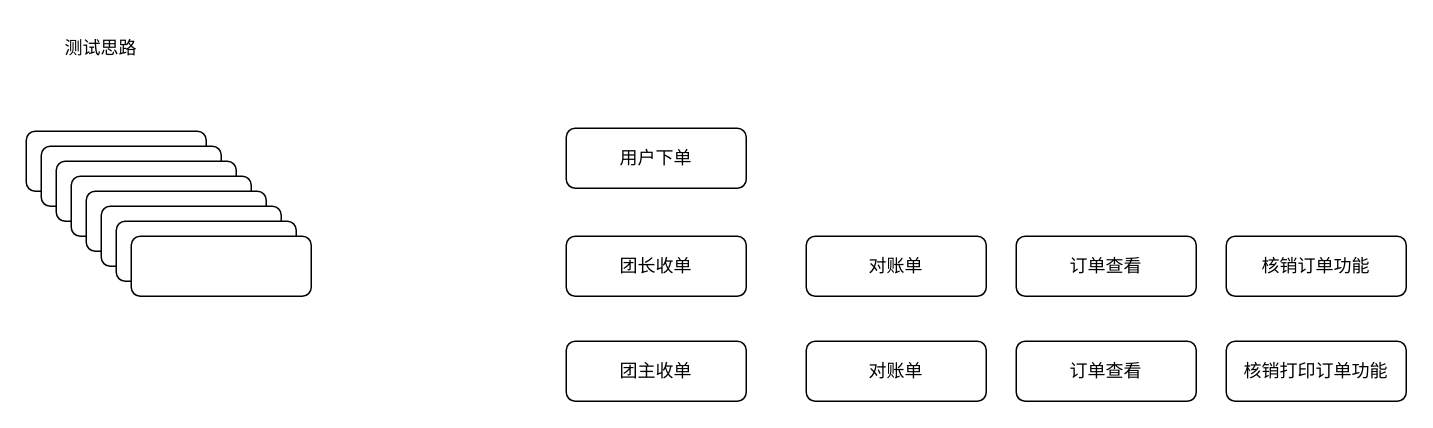
The draw.io diagram draft.drawio in xyfll7/xyfll7, before the edit. Source tidied: cells renumbered, new cells numbered last; positions are measured from the earlier drawing's top-left corner, leaving out a move shared by most shapes. Both pictures are drawn from the tidied source at 150%, with x=0, y=0 at pixel (26, 26).
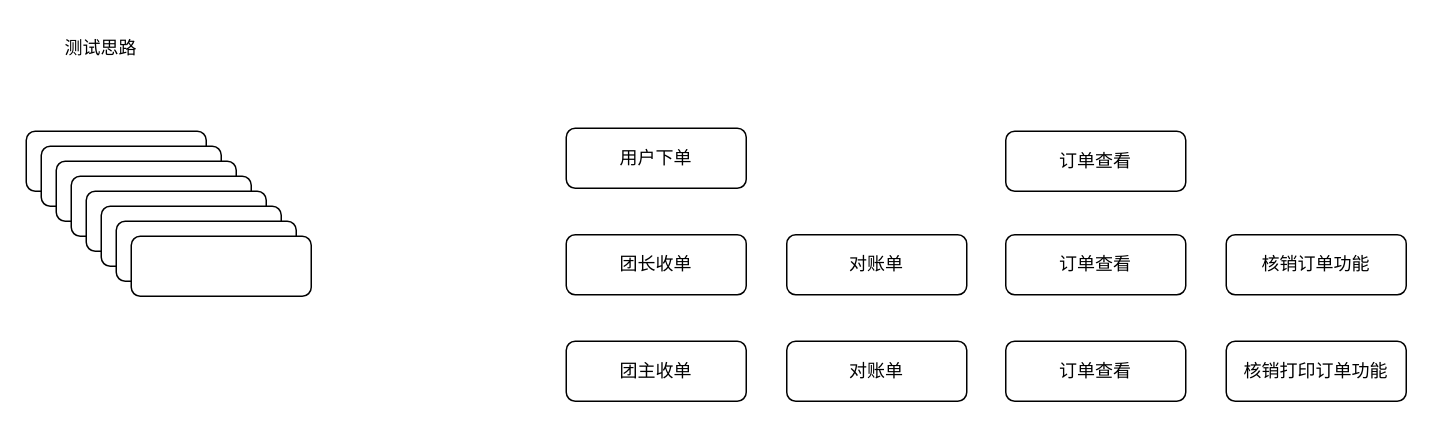
Above is the later version.

Change to the diagram source:
```diff
@@
     <mxCell id="4" value="团长收单" style="rounded=1;whiteSpace=wrap;html=1;" parent="1" vertex="1">
-      <mxGeometry x="360" y="140" width="120" height="40" as="geometry" />
+      <mxGeometry x="360" y="139" width="120" height="40" as="geometry" />
     </mxCell>
@@
     <mxCell id="14" value="对账单" style="rounded=1;whiteSpace=wrap;html=1;" parent="1" vertex="1">
-      <mxGeometry x="520" y="140" width="120" height="40" as="geometry" />
+      <mxGeometry x="507" y="139" width="120" height="40" as="geometry" />
     </mxCell>
     <mxCell id="15" value="对账单" style="rounded=1;whiteSpace=wrap;html=1;" parent="1" vertex="1">
-      <mxGeometry x="520" y="210" width="120" height="40" as="geometry" />
+      <mxGeometry x="507" y="210" width="120" height="40" as="geometry" />
     </mxCell>
     <mxCell id="16" value="订单查看" style="rounded=1;whiteSpace=wrap;html=1;" parent="1" vertex="1">
-      <mxGeometry x="660" y="140" width="120" height="40" as="geometry" />
+      <mxGeometry x="653" y="139" width="120" height="40" as="geometry" />
     </mxCell>
     <mxCell id="17" value="核销订单功能" style="rounded=1;whiteSpace=wrap;html=1;" parent="1" vertex="1">
-      <mxGeometry x="800" y="140" width="120" height="40" as="geometry" />
+      <mxGeometry x="800" y="139" width="120" height="40" as="geometry" />
     </mxCell>
     <mxCell id="18" value="订单查看" style="rounded=1;whiteSpace=wrap;html=1;" parent="1" vertex="1">
-      <mxGeometry x="660" y="210" width="120" height="40" as="geometry" />
+      <mxGeometry x="653" y="210" width="120" height="40" as="geometry" />
     </mxCell>
@@
+    <mxCell id="20" value="订单查看" style="rounded=1;whiteSpace=wrap;html=1;" parent="1" vertex="1">
+      <mxGeometry x="653" y="70" width="120" height="40" as="geometry" />
+    </mxCell>
```
